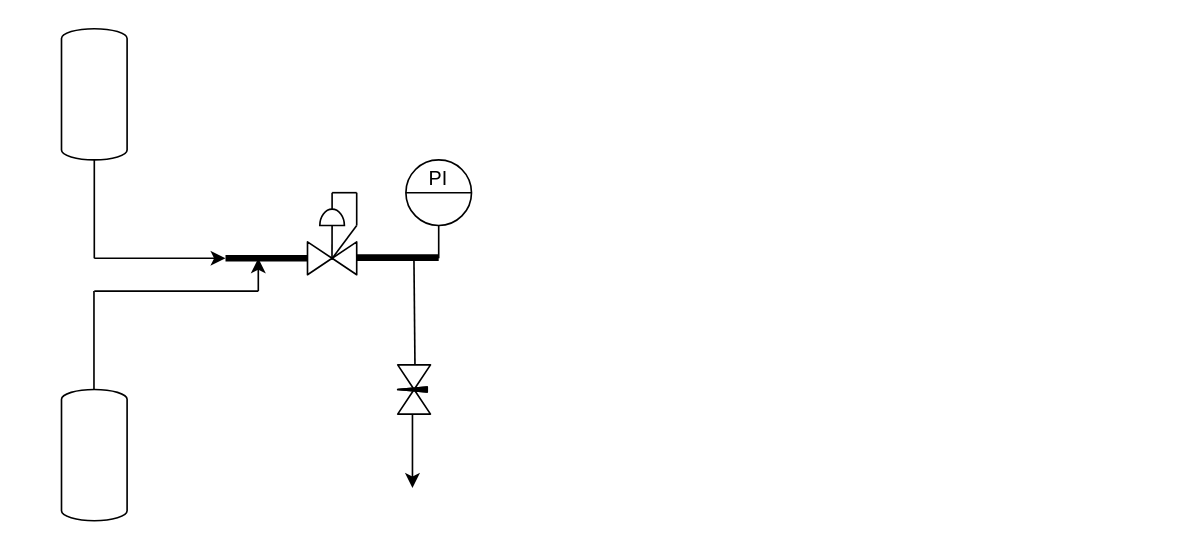
The draw.io diagram Namnlöst diagram.drawio in gatw/draw_io, before the edit. Source tidied: cells renumbered, new cells numbered last; positions are measured from the earlier drawing's top-left corner, leaving out a move shared by most shapes. Both pictures are drawn from the tidied source at 164%, with x=0, y=0 at pixel (61, 28).
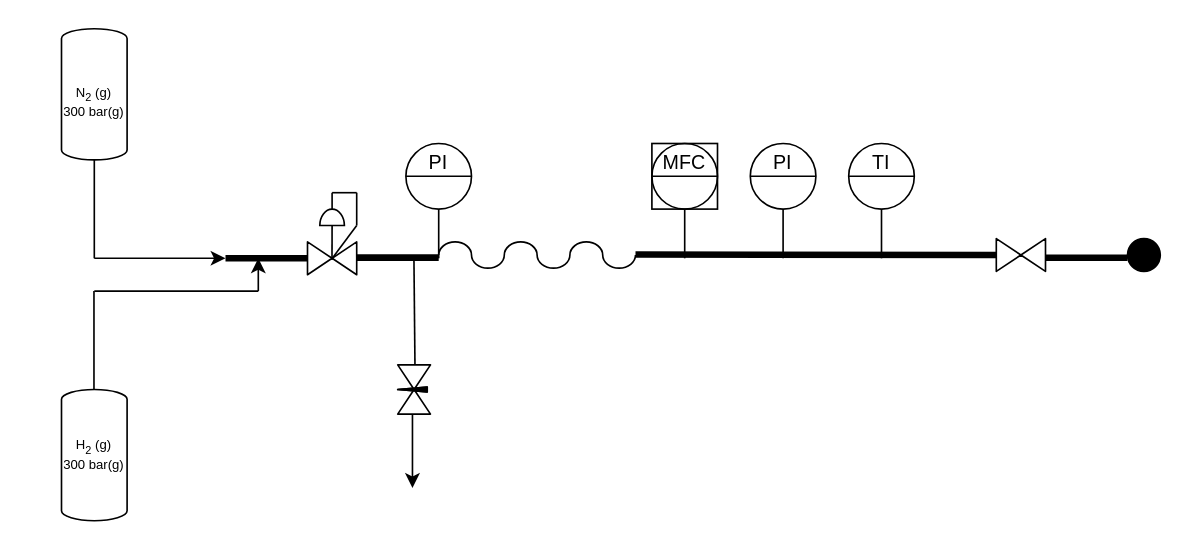
After the change.

Commit message:
added the jet fire rig

What changed in the source:
```diff
@@
     <mxCell id="21" value="&lt;table cellpadding=&quot;0&quot; cellspacing=&quot;0&quot; style=&quot;font-size:1em;width:100%;height:100%;&quot;&gt;&lt;tbody&gt;&lt;tr&gt;&lt;td align=&quot;center&quot; height=&quot;25&quot;&gt;PI&lt;/td&gt;&lt;/tr&gt;&lt;tr&gt;&lt;td align=&quot;center&quot; height=&quot;25&quot;&gt;&lt;br&gt;&lt;/td&gt;&lt;/tr&gt;&lt;tr&gt;&lt;td align=&quot;center&quot; valign=&quot;bottom&quot;&gt;&lt;/td&gt;&lt;/tr&gt;&lt;/tbody&gt;&lt;/table&gt;" style="html=1;align=center;dashed=0;shape=mxgraph.pid2inst.indicator;mounting=room;overflow=fill;indType=inst;" parent="1" vertex="1">
-      <mxGeometry x="210" y="80" width="40" height="60" as="geometry" />
+      <mxGeometry x="210" y="70" width="40" height="70" as="geometry" />
     </mxCell>
+    <mxCell id="22" style="verticalLabelPosition=bottom;align=center;dashed=0;html=1;verticalAlign=top;shape=mxgraph.pid.misc.flexible_pipe;" parent="1" vertex="1">
+      <mxGeometry x="230" y="130" width="120" height="16" as="geometry" />
+    </mxCell>
+    <mxCell id="23" style="endArrow=none;html=1;rounded=0;strokeWidth=4;" parent="1" edge="1">
+      <mxGeometry relative="1" as="geometry">
+        <mxPoint x="350" y="137.7" as="sourcePoint" />
+        <mxPoint x="570" y="138" as="targetPoint" />
+      </mxGeometry>
+    </mxCell>
+    <mxCell id="24" value="&lt;table cellpadding=&quot;0&quot; cellspacing=&quot;0&quot; style=&quot;font-size:1em;width:100%;height:100%;&quot;&gt;&lt;tbody&gt;&lt;tr&gt;&lt;td align=&quot;center&quot; height=&quot;25&quot;&gt;MFC&lt;/td&gt;&lt;/tr&gt;&lt;tr&gt;&lt;td align=&quot;center&quot; height=&quot;25&quot;&gt;&lt;br&gt;&lt;/td&gt;&lt;/tr&gt;&lt;tr&gt;&lt;td align=&quot;center&quot; valign=&quot;bottom&quot;&gt;&lt;/td&gt;&lt;/tr&gt;&lt;/tbody&gt;&lt;/table&gt;" style="html=1;align=center;dashed=0;shape=mxgraph.pid2inst.indicator;mounting=room;overflow=fill;indType=ctrl;" parent="1" vertex="1">
+      <mxGeometry x="360" y="70" width="40" height="70" as="geometry" />
+    </mxCell>
+    <mxCell id="25" value="&lt;table cellpadding=&quot;0&quot; cellspacing=&quot;0&quot; style=&quot;font-size:1em;width:100%;height:100%;&quot;&gt;&lt;tbody&gt;&lt;tr&gt;&lt;td align=&quot;center&quot; height=&quot;25&quot;&gt;PI&lt;/td&gt;&lt;/tr&gt;&lt;tr&gt;&lt;td align=&quot;center&quot; height=&quot;25&quot;&gt;&lt;br&gt;&lt;/td&gt;&lt;/tr&gt;&lt;tr&gt;&lt;td align=&quot;center&quot; valign=&quot;bottom&quot;&gt;&lt;/td&gt;&lt;/tr&gt;&lt;/tbody&gt;&lt;/table&gt;" style="html=1;align=center;dashed=0;shape=mxgraph.pid2inst.indicator;mounting=room;overflow=fill;indType=inst;" parent="1" vertex="1">
+      <mxGeometry x="420" y="70" width="40" height="70" as="geometry" />
+    </mxCell>
+    <mxCell id="26" value="&lt;table cellpadding=&quot;0&quot; cellspacing=&quot;0&quot; style=&quot;font-size:1em;width:100%;height:100%;&quot;&gt;&lt;tbody&gt;&lt;tr&gt;&lt;td align=&quot;center&quot; height=&quot;25&quot;&gt;TI&lt;/td&gt;&lt;/tr&gt;&lt;tr&gt;&lt;td align=&quot;center&quot; height=&quot;25&quot;&gt;&lt;br&gt;&lt;/td&gt;&lt;/tr&gt;&lt;tr&gt;&lt;td align=&quot;center&quot; valign=&quot;bottom&quot;&gt;&lt;/td&gt;&lt;/tr&gt;&lt;/tbody&gt;&lt;/table&gt;" style="html=1;align=center;dashed=0;shape=mxgraph.pid2inst.indicator;mounting=room;overflow=fill;indType=inst;" parent="1" vertex="1">
+      <mxGeometry x="480" y="70" width="40" height="70" as="geometry" />
+    </mxCell>
+    <mxCell id="27" style="verticalLabelPosition=bottom;align=center;html=1;verticalAlign=top;dashed=0;shape=mxgraph.pid2valves.valve;valveType=gate;" parent="1" vertex="1">
+      <mxGeometry x="570" y="128" width="30" height="20" as="geometry" />
+    </mxCell>
+    <mxCell id="28" style="endArrow=none;html=1;rounded=0;strokeWidth=4;" parent="1" edge="1">
+      <mxGeometry relative="1" as="geometry">
+        <mxPoint x="600" y="139.7" as="sourcePoint" />
+        <mxPoint x="650" y="139.7" as="targetPoint" />
+      </mxGeometry>
+    </mxCell>
+    <mxCell id="29" style="ellipse;whiteSpace=wrap;html=1;fillColor=light-dark(default, #ffffff);" parent="1" vertex="1">
+      <mxGeometry x="650" y="128" width="20" height="20" as="geometry" />
+    </mxCell>
+    <mxCell id="30" value="&lt;div&gt;H&lt;sub&gt;2&lt;/sub&gt; (g)&lt;/div&gt;&lt;div&gt;300 bar(g)&lt;/div&gt;" style="text;html=1;align=center;verticalAlign=middle;whiteSpace=wrap;rounded=0;fontSize=8;" parent="1" vertex="1">
+      <mxGeometry x="-20" y="235" width="80" height="50" as="geometry" />
+    </mxCell>
+    <mxCell id="31" value="&lt;div&gt;N&lt;sub&gt;2&lt;/sub&gt; (g)&lt;/div&gt;&lt;div&gt;300 bar(g)&lt;/div&gt;" style="text;html=1;align=center;verticalAlign=middle;whiteSpace=wrap;rounded=0;fontSize=8;" parent="1" vertex="1">
+      <mxGeometry x="-20" y="20" width="80" height="50" as="geometry" />
+    </mxCell>
```
